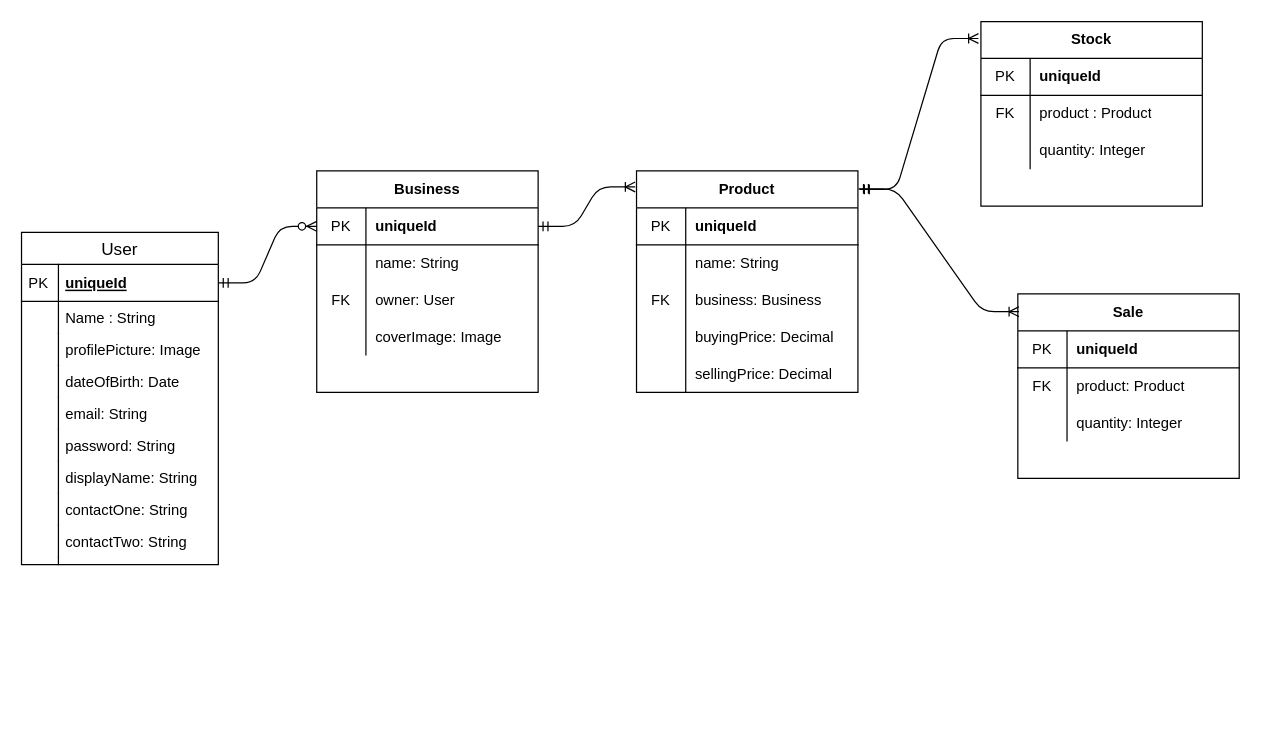
Earlier version of the draw.io diagram model_schema.drawio (yeboah326/Garage97). Source tidied: cells renumbered, new cells numbered last; positions are measured from the earlier drawing's top-left corner, leaving out a move shared by most shapes. Both pictures are drawn from the tidied source at 123%, with x=0, y=0 at pixel (21, 21).
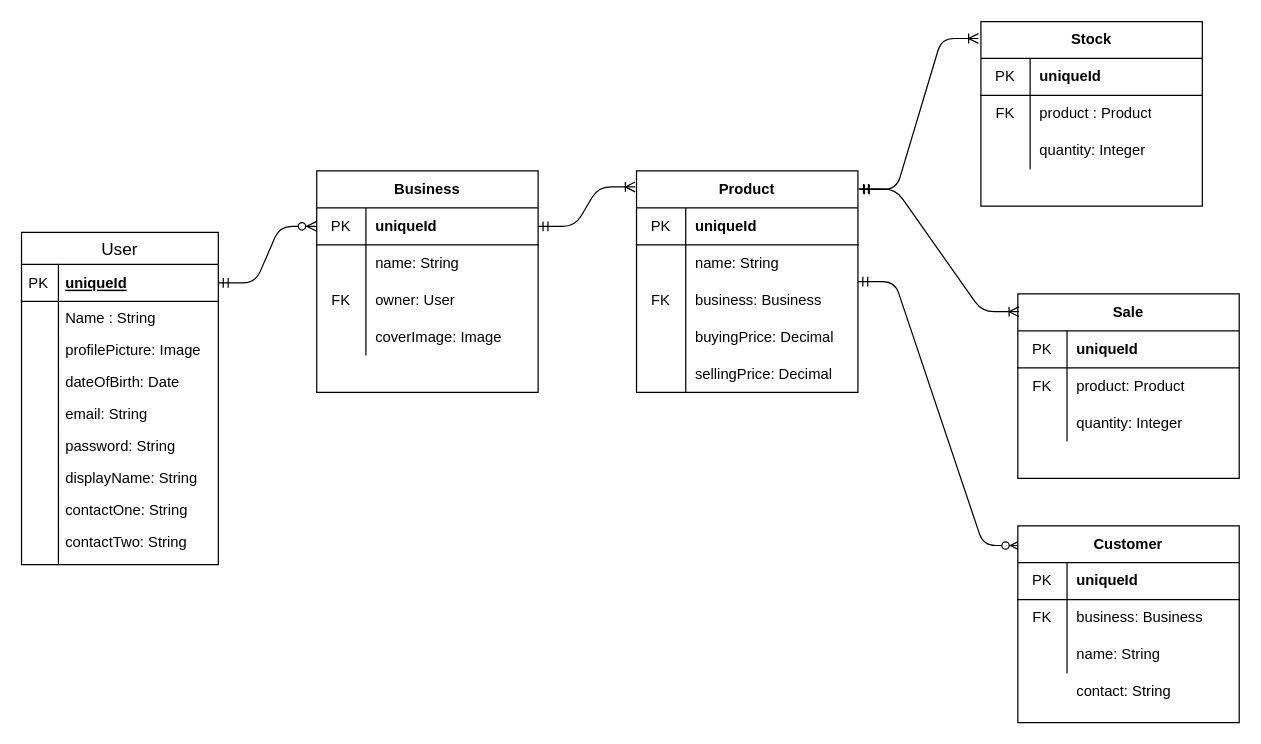
After the change.

Commit message:
Added a Customer table

Unchanged cells that the change refers to:
```xml
<mxCell id="36" value="Product" style="shape=table;html=1;whiteSpace=wrap;startSize=30;childLayout=tableLayout;rowLines=0;fontStyle=1;align=center;" parent="1" vertex="1">
  <mxGeometry x="500" y="121.5" width="180" height="180" as="geometry" />
</mxCell>
```

Change to the diagram source:
```diff
@@
+    <mxCell id="76" style="edgeStyle=entityRelationEdgeStyle;fontSize=12;html=1;endArrow=ERzeroToMany;startArrow=ERmandOne;entryX=0.011;entryY=0.1;entryDx=0;entryDy=0;entryPerimeter=0;" parent="1" edge="1" source="36" target="77">
+      <mxGeometry relative="1" as="geometry" />
+    </mxCell>
+    <mxCell id="77" value="Customer" style="shape=table;html=1;whiteSpace=wrap;startSize=30;childLayout=tableLayout;rowLines=0;fontStyle=1;align=center;" parent="1" vertex="1">
+      <mxGeometry x="810" y="410" width="180" height="160" as="geometry" />
+    </mxCell>
+    <mxCell id="78" style="shape=partialRectangle;html=1;whiteSpace=wrap;fillColor=none;top=0;left=0;bottom=1;right=0;" parent="77" vertex="1">
+      <mxGeometry y="30" width="180" height="30" as="geometry" />
+    </mxCell>
+    <mxCell id="79" value="PK" style="shape=partialRectangle;html=1;whiteSpace=wrap;fillColor=none;top=0;left=0;bottom=0;right=0;overflow=hidden;" parent="78" vertex="1">
+      <mxGeometry width="40" height="30" as="geometry" />
+    </mxCell>
+    <mxCell id="80" value="&lt;b&gt;uniqueId&lt;/b&gt;" style="shape=partialRectangle;html=1;whiteSpace=wrap;fillColor=none;top=0;left=0;bottom=0;right=0;align=left;spacingLeft=6;overflow=hidden;" parent="78" vertex="1">
+      <mxGeometry x="40" width="140" height="30" as="geometry" />
+    </mxCell>
+    <mxCell id="81" style="shape=partialRectangle;html=1;whiteSpace=wrap;fillColor=none;top=0;left=0;bottom=0;right=0;" parent="77" vertex="1">
+      <mxGeometry y="60" width="180" height="30" as="geometry" />
+    </mxCell>
+    <mxCell id="82" value="FK" style="shape=partialRectangle;html=1;whiteSpace=wrap;fillColor=none;top=0;left=0;bottom=0;right=0;overflow=hidden;" parent="81" vertex="1">
+      <mxGeometry width="40" height="30" as="geometry" />
+    </mxCell>
+    <mxCell id="83" value="business: Business" style="shape=partialRectangle;html=1;whiteSpace=wrap;fillColor=none;top=0;left=0;bottom=0;right=0;align=left;spacingLeft=6;overflow=hidden;" parent="81" vertex="1">
+      <mxGeometry x="40" width="140" height="30" as="geometry" />
+    </mxCell>
+    <mxCell id="84" style="shape=partialRectangle;html=1;whiteSpace=wrap;fillColor=none;top=0;left=0;bottom=0;right=0;" parent="77" vertex="1">
+      <mxGeometry y="90" width="180" height="30" as="geometry" />
+    </mxCell>
+    <mxCell id="85" style="shape=partialRectangle;html=1;whiteSpace=wrap;fillColor=none;top=0;left=0;bottom=0;right=0;overflow=hidden;" parent="84" vertex="1">
+      <mxGeometry width="40" height="30" as="geometry" />
+    </mxCell>
+    <mxCell id="86" value="name: String" style="shape=partialRectangle;html=1;whiteSpace=wrap;fillColor=none;top=0;left=0;bottom=0;right=0;align=left;spacingLeft=6;overflow=hidden;" parent="84" vertex="1">
+      <mxGeometry x="40" width="140" height="30" as="geometry" />
+    </mxCell>
+    <mxCell id="87" value="contact: String" style="shape=partialRectangle;html=1;whiteSpace=wrap;fillColor=none;top=0;left=0;bottom=0;right=0;align=left;spacingLeft=6;overflow=hidden;" parent="1" vertex="1">
+      <mxGeometry x="850" y="530" width="140" height="30" as="geometry" />
+    </mxCell>
```
